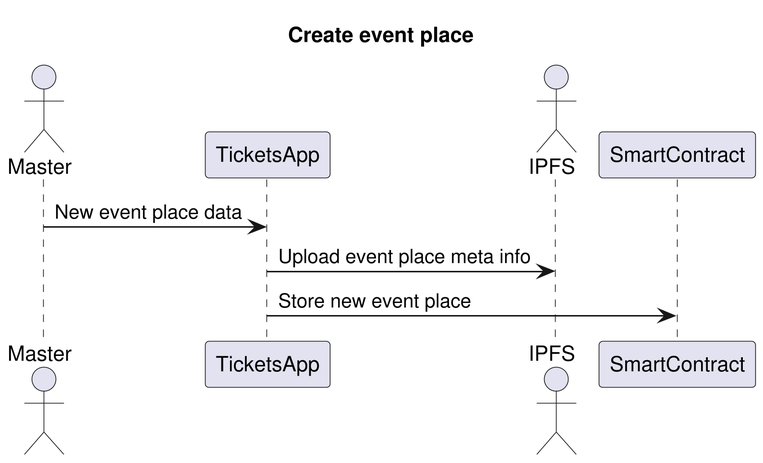
Above: img/create-event-place.png in ai-shift/cyber-valley-tickets (PlantUML), before the change. Source of this version:
```plantuml
@startuml
skinparam Dpi 300
title Create event place

actor Master
participant TicketsApp
actor IPFS
participant SmartContract

Master -> TicketsApp: New event place data
TicketsApp -> IPFS: Upload event place meta info
TicketsApp -> SmartContract: Store new event place
@enduml
```
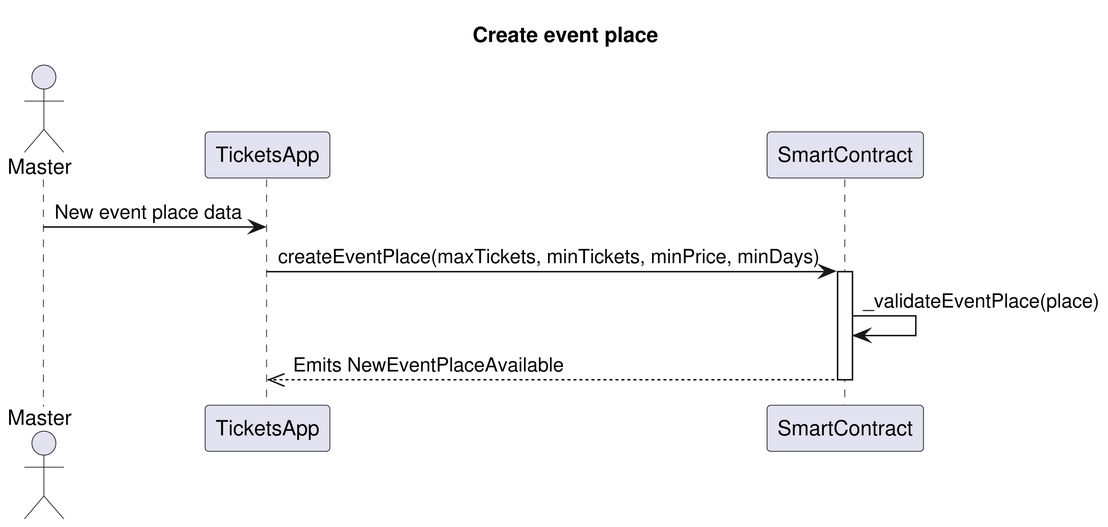
Above is the later version.

Change to the diagram source:
```diff
@@ -4,10 +4,12 @@
 
 actor Master
 participant TicketsApp
-actor IPFS
 participant SmartContract
 
 Master -> TicketsApp: New event place data
-TicketsApp -> IPFS: Upload event place meta info
-TicketsApp -> SmartContract: Store new event place
+TicketsApp -> SmartContract: createEventPlace(maxTickets, minTickets, minPrice, minDays)
+activate SmartContract
+SmartContract -> SmartContract: _validateEventPlace(place)
+SmartContract -->> TicketsApp: Emits NewEventPlaceAvailable
+deactivate SmartContract
 @enduml
```
